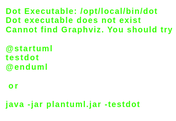
This is assets/img/uml/overview/bootstrap/schemas.landscape.svg from litlfred/smart-trust, a PlantUML export, as it was before one commit.
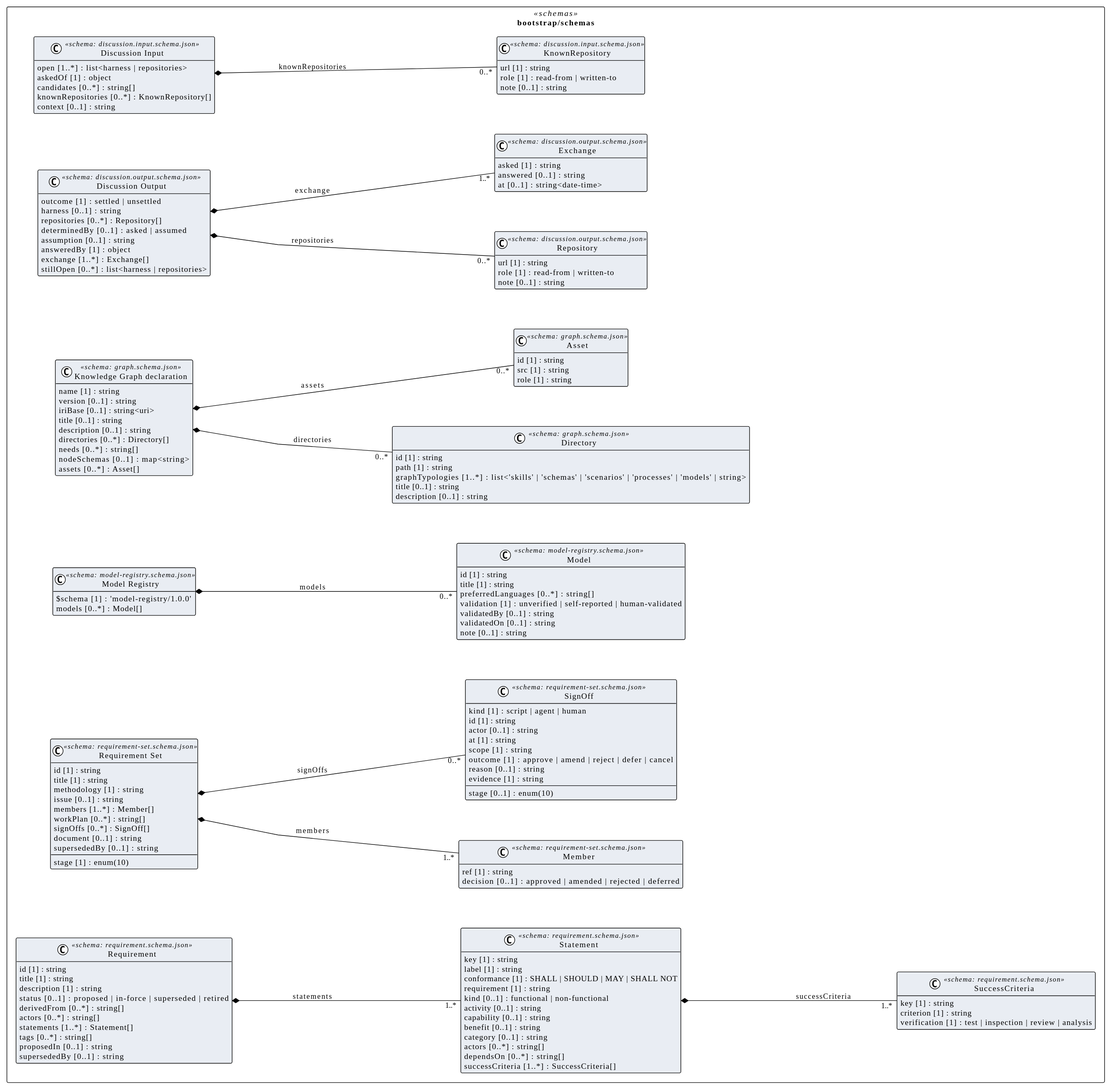
After the change.

The edit, as a diff of the source:
```diff
@@ -78,6 +78,38 @@
     $schema [1] : 'model-registry/1.0.0'
     models [0..*] : Model[]
   }
+  class "Member" as bootstrap_schemas_requirement_set_schema_json_Member <<schema: requirement-set.schema.json>> #e9edf3 {
+    ref [1] : string
+    decision [0..1] : approved | amended | rejected | deferred
+  }
+  class "SignOff" as bootstrap_schemas_requirement_set_schema_json_SignOff <<schema: requirement-set.schema.json>> #e9edf3 {
+    kind [1] : script | agent | human
+    id [1] : string
+    actor [0..1] : string
+    at [1] : string
+    scope [1] : string
+    outcome [1] : approve | amend | reject | defer | cancel
+    stage [0..1] : enum(10)
+    reason [0..1] : string
+    evidence [1] : string
+  }
+  class "Requirement Set" as bootstrap_schemas_requirement_set_schema_json_Requirement_Set <<schema: requirement-set.schema.json>> #e9edf3 {
+    id [1] : string
+    title [1] : string
+    methodology [1] : string
+    issue [0..1] : string
+    stage [1] : enum(10)
+    members [1..*] : Member[]
+    workPlan [0..*] : string[]
+    signOffs [0..*] : SignOff[]
+    document [0..1] : string
+    supersededBy [0..1] : string
+  }
+  class "SuccessCriteria" as bootstrap_schemas_requirement_schema_json_SuccessCriteria <<schema: requirement.schema.json>> #e9edf3 {
+    key [1] : string
+    criterion [1] : string
+    verification [1] : test | inspection | review | analysis
+  }
   class "Statement" as bootstrap_schemas_requirement_schema_json_Statement <<schema: requirement.schema.json>> #e9edf3 {
     key [1] : string
     label [1] : string
@@ -90,6 +122,7 @@
     category [0..1] : string
     actors [0..*] : string[]
     dependsOn [0..*] : string[]
+    successCriteria [1..*] : SuccessCriteria[]
   }
   class "Requirement" as bootstrap_schemas_requirement_schema_json_Requirement <<schema: requirement.schema.json>> #e9edf3 {
     id [1] : string
@@ -111,5 +144,8 @@
 bootstrap_schemas_graph_schema_json_Knowledge_Graph_declaration *-- "0..*" bootstrap_schemas_graph_schema_json_Directory : directories
 bootstrap_schemas_graph_schema_json_Knowledge_Graph_declaration *-- "0..*" bootstrap_schemas_graph_schema_json_Asset : assets
 bootstrap_schemas_model_registry_schema_json_Model_Registry *-- "0..*" bootstrap_schemas_model_registry_schema_json_Model : models
+bootstrap_schemas_requirement_set_schema_json_Requirement_Set *-- "1..*" bootstrap_schemas_requirement_set_schema_json_Member : members
+bootstrap_schemas_requirement_set_schema_json_Requirement_Set *-- "0..*" bootstrap_schemas_requirement_set_schema_json_SignOff : signOffs
+bootstrap_schemas_requirement_schema_json_Statement *-- "1..*" bootstrap_schemas_requirement_schema_json_SuccessCriteria : successCriteria
 bootstrap_schemas_requirement_schema_json_Requirement *-- "1..*" bootstrap_schemas_requirement_schema_json_Statement : statements
 @enduml
```
